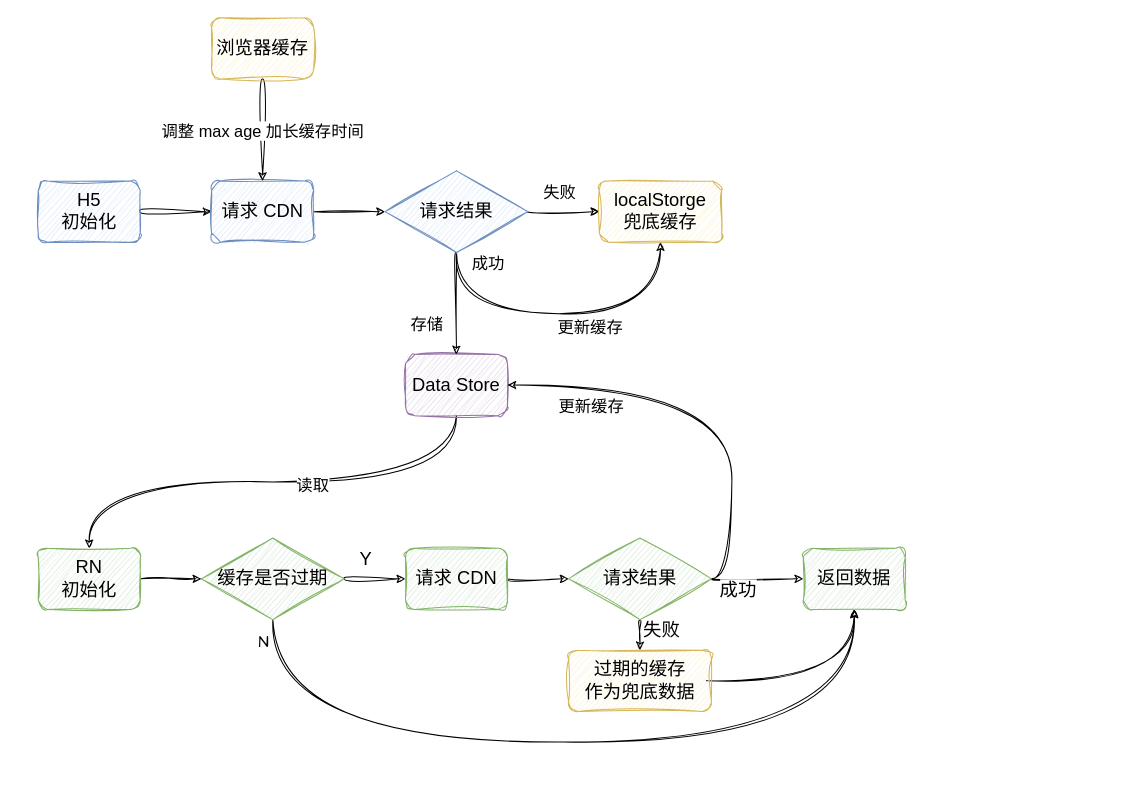
The draw.io diagram page "缓存优化" (10 of 10) of CDN优化.drawio in Darkindom/draw-the-diagrams, before the edit. Source tidied: cells renumbered, new cells numbered last; positions are measured from the earlier drawing's top-left corner, leaving out a move shared by most shapes. Both pictures are drawn from the tidied source at 102%, with x=0, y=0 at pixel (38, 17).
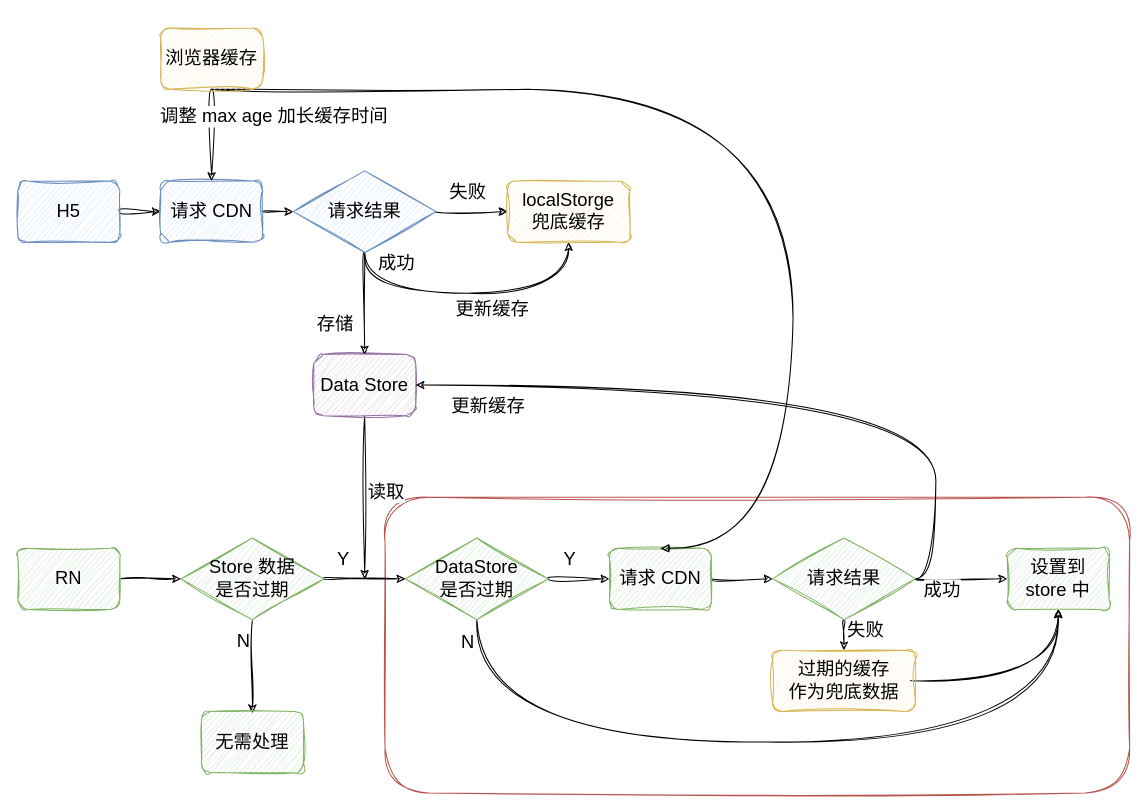
The same page after the edit.

What changed in the source:
```diff
@@
+    <mxCell id="40" style="rounded=1;whiteSpace=wrap;html=1;sketch=1;hachureGap=4;jiggle=2;curveFitting=1;fontFamily=手札体-简;fontSize=18;fillColor=none;strokeColor=#b85450;" parent="1" vertex="1">
+      <mxGeometry x="340" y="470" width="730" height="290" as="geometry" />
+    </mxCell>
-    <mxCell id="2" style="edgeStyle=orthogonalEdgeStyle;shape=connector;curved=1;rounded=0;sketch=1;hachureGap=4;jiggle=2;curveFitting=1;jettySize=auto;html=1;exitX=1;exitY=0.5;exitDx=0;exitDy=0;entryX=0;entryY=0.5;entryDx=0;entryDy=0;labelBackgroundColor=default;strokeColor=default;fontFamily=手札体-简;fontSize=16;fontColor=default;endArrow=classic;" parent="1" edge="1" source="3" target="30">
+    <mxCell id="2" style="edgeStyle=orthogonalEdgeStyle;shape=connector;curved=1;rounded=0;sketch=1;hachureGap=4;jiggle=2;curveFitting=1;jettySize=auto;html=1;exitX=1;exitY=0.5;exitDx=0;exitDy=0;entryX=0;entryY=0.5;entryDx=0;entryDy=0;labelBackgroundColor=default;strokeColor=default;fontFamily=手札体-简;fontSize=18;fontColor=default;endArrow=classic;" parent="1" edge="1" source="3" target="30">
       <mxGeometry relative="1" as="geometry" />
     </mxCell>
-    <mxCell id="3" value="H5&lt;br style=&quot;font-size: 18px;&quot;&gt;初始化" style="rounded=1;whiteSpace=wrap;html=1;sketch=1;hachureGap=4;jiggle=2;curveFitting=1;fontFamily=手札体-简;fontSize=18;fillColor=#dae8fc;strokeColor=#6c8ebf;" parent="1" vertex="1">
-      <mxGeometry y="160" width="100" height="60" as="geometry" />
+    <mxCell id="3" value="H5" style="rounded=1;whiteSpace=wrap;html=1;sketch=1;hachureGap=4;jiggle=2;curveFitting=1;fontFamily=手札体-简;fontSize=18;fillColor=#dae8fc;strokeColor=#6c8ebf;" parent="1" vertex="1">
+      <mxGeometry x="-20" y="160" width="100" height="60" as="geometry" />
     </mxCell>
@@
-    <mxCell id="6" style="edgeStyle=orthogonalEdgeStyle;shape=connector;curved=1;rounded=0;sketch=1;hachureGap=4;jiggle=2;curveFitting=1;jettySize=auto;html=1;exitX=0.5;exitY=1;exitDx=0;exitDy=0;entryX=0.5;entryY=1;entryDx=0;entryDy=0;labelBackgroundColor=default;strokeColor=default;fontFamily=Architects Daughter;fontSize=16;fontColor=default;endArrow=classic;" parent="1" edge="1" source="8" target="11">
+    <mxCell id="6" style="edgeStyle=orthogonalEdgeStyle;shape=connector;curved=1;rounded=0;sketch=1;hachureGap=4;jiggle=2;curveFitting=1;jettySize=auto;html=1;exitX=0.5;exitY=1;exitDx=0;exitDy=0;entryX=0.5;entryY=1;entryDx=0;entryDy=0;labelBackgroundColor=default;strokeColor=default;fontFamily=手札体-简;fontSize=18;fontColor=default;endArrow=classic;" parent="1" edge="1" source="8" target="11">
       <mxGeometry relative="1" as="geometry">
         <Array as="points">
-          <mxPoint x="230" y="710" />
-          <mxPoint x="800" y="710" />
+          <mxPoint x="430" y="710" />
+          <mxPoint x="1000" y="710" />
         </Array>
       </mxGeometry>
     </mxCell>
-    <mxCell id="7" value="N" style="edgeLabel;html=1;align=center;verticalAlign=middle;fontSize=16;fontFamily=Architects Daughter;fontColor=default;" parent="6" vertex="1">
+    <mxCell id="7" value="N" style="edgeLabel;html=1;align=center;verticalAlign=middle;fontSize=18;fontFamily=手札体-简;fontColor=default;" parent="6" vertex="1">
       <mxGeometry x="-0.93" y="8" relative="1" as="geometry">
         <mxPoint x="-18" y="-8" as="offset" />
       </mxGeometry>
     </mxCell>
-    <mxCell id="8" value="缓存是否过期" style="rhombus;whiteSpace=wrap;html=1;sketch=1;hachureGap=4;jiggle=2;curveFitting=1;fontFamily=手札体-简;fontSize=18;fillColor=#d5e8d4;strokeColor=#82b366;" parent="1" vertex="1">
-      <mxGeometry x="160" y="510" width="140" height="80" as="geometry" />
+    <mxCell id="8" value="DataStore&lt;br style=&quot;font-size: 18px;&quot;&gt;是否过期" style="rhombus;whiteSpace=wrap;html=1;sketch=1;hachureGap=4;jiggle=2;curveFitting=1;fontFamily=手札体-简;fontSize=18;fillColor=#d5e8d4;strokeColor=#82b366;" parent="1" vertex="1">
+      <mxGeometry x="360" y="510" width="140" height="80" as="geometry" />
     </mxCell>
@@
     <mxCell id="10" value="请求 CDN" style="rounded=1;whiteSpace=wrap;html=1;sketch=1;hachureGap=4;jiggle=2;curveFitting=1;fontFamily=手札体-简;fontSize=18;fillColor=#d5e8d4;strokeColor=#82b366;" parent="1" vertex="1">
-      <mxGeometry x="360" y="520" width="100" height="60" as="geometry" />
+      <mxGeometry x="560" y="520" width="100" height="60" as="geometry" />
     </mxCell>
-    <mxCell id="11" value="返回数据" style="rounded=1;whiteSpace=wrap;html=1;sketch=1;hachureGap=4;jiggle=2;curveFitting=1;fontFamily=手札体-简;fontSize=18;fillColor=#d5e8d4;strokeColor=#82b366;" parent="1" vertex="1">
-      <mxGeometry x="750" y="520" width="100" height="60" as="geometry" />
+    <mxCell id="11" value="设置到 store 中" style="rounded=1;whiteSpace=wrap;html=1;sketch=1;hachureGap=4;jiggle=2;curveFitting=1;fontFamily=手札体-简;fontSize=18;fillColor=#d5e8d4;strokeColor=#82b366;" parent="1" vertex="1">
+      <mxGeometry x="950" y="520" width="100" height="60" as="geometry" />
     </mxCell>
-    <mxCell id="12" style="edgeStyle=orthogonalEdgeStyle;shape=connector;curved=1;rounded=0;sketch=1;hachureGap=4;jiggle=2;curveFitting=1;jettySize=auto;html=1;exitX=0.5;exitY=1;exitDx=0;exitDy=0;entryX=0.5;entryY=0;entryDx=0;entryDy=0;labelBackgroundColor=default;strokeColor=default;fontFamily=手札体-简;fontSize=16;fontColor=default;endArrow=classic;" parent="1" edge="1" source="14" target="16">
-      <mxGeometry relative="1" as="geometry" />
+    <mxCell id="12" style="edgeStyle=orthogonalEdgeStyle;shape=connector;curved=1;rounded=0;sketch=1;hachureGap=4;jiggle=2;curveFitting=1;jettySize=auto;html=1;exitX=0.5;exitY=1;exitDx=0;exitDy=0;labelBackgroundColor=default;strokeColor=default;fontFamily=手札体-简;fontSize=18;fontColor=default;endArrow=classic;" parent="1" edge="1" source="14">
+      <mxGeometry relative="1" as="geometry">
+        <mxPoint x="320" y="550" as="targetPoint" />
+      </mxGeometry>
     </mxCell>
-    <mxCell id="13" value="读取" style="edgeLabel;html=1;align=center;verticalAlign=middle;fontSize=16;fontFamily=手札体-简;fontColor=default;" parent="12" vertex="1">
+    <mxCell id="13" value="读取" style="edgeLabel;html=1;align=center;verticalAlign=middle;fontSize=18;fontFamily=手札体-简;fontColor=default;" parent="12" vertex="1">
       <mxGeometry x="-0.08" y="2" relative="1" as="geometry">
         <mxPoint x="18" as="offset" />
       </mxGeometry>
     </mxCell>
     <mxCell id="14" value="Data Store" style="rounded=1;whiteSpace=wrap;html=1;sketch=1;hachureGap=4;jiggle=2;curveFitting=1;fontFamily=手札体-简;fontSize=18;fillColor=#e1d5e7;strokeColor=#9673a6;" parent="1" vertex="1">
-      <mxGeometry x="360" y="330" width="100" height="60" as="geometry" />
+      <mxGeometry x="270" y="330" width="100" height="60" as="geometry" />
     </mxCell>
     <mxCell id="15" style="edgeStyle=orthogonalEdgeStyle;shape=connector;curved=1;rounded=0;sketch=1;hachureGap=4;jiggle=2;curveFitting=1;jettySize=auto;html=1;exitX=1;exitY=0.5;exitDx=0;exitDy=0;entryX=0;entryY=0.5;entryDx=0;entryDy=0;labelBackgroundColor=default;strokeColor=default;fontFamily=手札体-简;fontSize=18;fontColor=default;endArrow=classic;" parent="1" edge="1" source="16">
       <mxGeometry relative="1" as="geometry">
-        <mxPoint x="160" y="550" as="targetPoint" />
+        <mxPoint x="140" y="550" as="targetPoint" />
       </mxGeometry>
     </mxCell>
-    <mxCell id="16" value="RN&lt;br style=&quot;font-size: 18px;&quot;&gt;初始化" style="rounded=1;whiteSpace=wrap;html=1;sketch=1;hachureGap=4;jiggle=2;curveFitting=1;fontFamily=手札体-简;fontSize=18;fillColor=#d5e8d4;strokeColor=#82b366;" parent="1" vertex="1">
-      <mxGeometry y="520" width="100" height="60" as="geometry" />
+    <mxCell id="16" value="RN" style="rounded=1;whiteSpace=wrap;html=1;sketch=1;hachureGap=4;jiggle=2;curveFitting=1;fontFamily=手札体-简;fontSize=18;fillColor=#d5e8d4;strokeColor=#82b366;" parent="1" vertex="1">
+      <mxGeometry x="-20" y="520" width="100" height="60" as="geometry" />
     </mxCell>
@@
     <mxCell id="19" style="edgeStyle=orthogonalEdgeStyle;shape=connector;curved=1;rounded=0;sketch=1;hachureGap=4;jiggle=2;curveFitting=1;jettySize=auto;html=1;exitX=0.5;exitY=1;exitDx=0;exitDy=0;entryX=0.5;entryY=0;entryDx=0;entryDy=0;labelBackgroundColor=default;strokeColor=default;fontFamily=手札体-简;fontSize=18;fontColor=default;endArrow=classic;" parent="1" edge="1" source="23">
       <mxGeometry relative="1" as="geometry">
-        <mxPoint x="590" y="620" as="targetPoint" />
+        <mxPoint x="790" y="620" as="targetPoint" />
       </mxGeometry>
     </mxCell>
@@
-    <mxCell id="21" style="edgeStyle=orthogonalEdgeStyle;shape=connector;curved=1;rounded=0;sketch=1;hachureGap=4;jiggle=2;curveFitting=1;jettySize=auto;html=1;exitX=1;exitY=0.5;exitDx=0;exitDy=0;entryX=1;entryY=0.5;entryDx=0;entryDy=0;labelBackgroundColor=default;strokeColor=default;fontFamily=手札体-简;fontSize=16;fontColor=default;endArrow=classic;" parent="1" edge="1" source="23" target="14">
+    <mxCell id="21" style="edgeStyle=orthogonalEdgeStyle;shape=connector;curved=1;rounded=0;sketch=1;hachureGap=4;jiggle=2;curveFitting=1;jettySize=auto;html=1;exitX=1;exitY=0.5;exitDx=0;exitDy=0;entryX=1;entryY=0.5;entryDx=0;entryDy=0;labelBackgroundColor=default;strokeColor=default;fontFamily=手札体-简;fontSize=18;fontColor=default;endArrow=classic;" parent="1" edge="1" source="23" target="14">
       <mxGeometry relative="1" as="geometry" />
     </mxCell>
-    <mxCell id="22" value="更新缓存" style="edgeLabel;html=1;align=center;verticalAlign=middle;fontSize=16;fontFamily=手札体-简;fontColor=default;" parent="21" vertex="1">
-      <mxGeometry x="0.54" y="2" relative="1" as="geometry">
-        <mxPoint x="-18" y="18" as="offset" />
+    <mxCell id="22" value="更新缓存" style="edgeLabel;html=1;align=center;verticalAlign=middle;fontSize=18;fontFamily=手札体-简;fontColor=default;" parent="21" vertex="1">
+      <mxGeometry x="0.83" y="2" relative="1" as="geometry">
+        <mxPoint x="9" y="18" as="offset" />
       </mxGeometry>
     </mxCell>
     <mxCell id="23" value="请求结果" style="rhombus;whiteSpace=wrap;html=1;sketch=1;hachureGap=4;jiggle=2;curveFitting=1;fontFamily=手札体-简;fontSize=18;fillColor=#d5e8d4;strokeColor=#82b366;" parent="1" vertex="1">
-      <mxGeometry x="520" y="510" width="140" height="80" as="geometry" />
+      <mxGeometry x="720" y="510" width="140" height="80" as="geometry" />
     </mxCell>
     <mxCell id="24" style="edgeStyle=orthogonalEdgeStyle;shape=connector;curved=1;rounded=0;sketch=1;hachureGap=4;jiggle=2;curveFitting=1;jettySize=auto;html=1;exitX=1;exitY=0.5;exitDx=0;exitDy=0;entryX=0.5;entryY=1;entryDx=0;entryDy=0;labelBackgroundColor=default;strokeColor=default;fontFamily=手札体-简;fontSize=18;fontColor=default;endArrow=classic;" parent="1" edge="1" target="11">
       <mxGeometry relative="1" as="geometry">
-        <mxPoint x="655" y="650" as="sourcePoint" />
+        <mxPoint x="855" y="650" as="sourcePoint" />
       </mxGeometry>
     </mxCell>
-    <mxCell id="25" value="过期的缓存&lt;br&gt;作为兜底数据" style="rounded=1;whiteSpace=wrap;html=1;sketch=1;hachureGap=4;jiggle=2;curveFitting=1;fontFamily=手札体-简;fontSize=18;fillColor=#fff2cc;strokeColor=#d6b656;" parent="1" vertex="1">
-      <mxGeometry x="520" y="620" width="140" height="60" as="geometry" />
+    <mxCell id="25" value="过期的缓存&lt;br style=&quot;font-size: 18px;&quot;&gt;作为兜底数据" style="rounded=1;whiteSpace=wrap;html=1;sketch=1;hachureGap=4;jiggle=2;curveFitting=1;fontFamily=手札体-简;fontSize=18;fillColor=#fff2cc;strokeColor=#d6b656;" parent="1" vertex="1">
+      <mxGeometry x="720" y="620" width="140" height="60" as="geometry" />
     </mxCell>
-    <mxCell id="26" style="edgeStyle=orthogonalEdgeStyle;shape=connector;curved=1;rounded=0;sketch=1;hachureGap=4;jiggle=2;curveFitting=1;jettySize=auto;html=1;exitX=0.5;exitY=1;exitDx=0;exitDy=0;entryX=0.5;entryY=0;entryDx=0;entryDy=0;labelBackgroundColor=default;strokeColor=default;fontFamily=手札体-简;fontSize=16;fontColor=default;endArrow=classic;" parent="1" edge="1" source="37" target="14">
+    <mxCell id="26" style="edgeStyle=orthogonalEdgeStyle;shape=connector;curved=1;rounded=0;sketch=1;hachureGap=4;jiggle=2;curveFitting=1;jettySize=auto;html=1;exitX=0.5;exitY=1;exitDx=0;exitDy=0;entryX=0.5;entryY=0;entryDx=0;entryDy=0;labelBackgroundColor=default;strokeColor=default;fontFamily=手札体-简;fontSize=18;fontColor=default;endArrow=classic;" parent="1" edge="1" source="37" target="14">
       <mxGeometry relative="1" as="geometry" />
     </mxCell>
-    <mxCell id="27" value="存储" style="edgeLabel;html=1;align=center;verticalAlign=middle;fontSize=16;fontFamily=手札体-简;fontColor=default;" parent="26" vertex="1">
+    <mxCell id="27" value="存储" style="edgeLabel;html=1;align=center;verticalAlign=middle;fontSize=18;fontFamily=手札体-简;fontColor=default;" parent="26" vertex="1">
       <mxGeometry x="-0.12" relative="1" as="geometry">
         <mxPoint x="-30" y="26" as="offset" />
       </mxGeometry>
     </mxCell>
-    <mxCell id="28" value="成功" style="edgeLabel;html=1;align=center;verticalAlign=middle;fontSize=16;fontFamily=手札体-简;fontColor=default;" parent="26" vertex="1">
+    <mxCell id="28" value="成功" style="edgeLabel;html=1;align=center;verticalAlign=middle;fontSize=18;fontFamily=手札体-简;fontColor=default;" parent="26" vertex="1">
       <mxGeometry x="-0.68" y="-17" relative="1" as="geometry">
         <mxPoint x="47" y="-6" as="offset" />
       </mxGeometry>
     </mxCell>
-    <mxCell id="29" style="edgeStyle=orthogonalEdgeStyle;shape=connector;curved=1;rounded=0;sketch=1;hachureGap=4;jiggle=2;curveFitting=1;jettySize=auto;html=1;exitX=1;exitY=0.5;exitDx=0;exitDy=0;labelBackgroundColor=default;strokeColor=default;fontFamily=手札体-简;fontSize=16;fontColor=default;endArrow=classic;" parent="1" edge="1" source="30">
+    <mxCell id="29" style="edgeStyle=orthogonalEdgeStyle;shape=connector;curved=1;rounded=0;sketch=1;hachureGap=4;jiggle=2;curveFitting=1;jettySize=auto;html=1;exitX=1;exitY=0.5;exitDx=0;exitDy=0;labelBackgroundColor=default;strokeColor=default;fontFamily=手札体-简;fontSize=18;fontColor=default;endArrow=classic;" parent="1" edge="1" source="30">
       <mxGeometry relative="1" as="geometry">
-        <mxPoint x="340" y="190" as="targetPoint" />
+        <mxPoint x="250" y="190" as="targetPoint" />
       </mxGeometry>
     </mxCell>
     <mxCell id="30" value="请求 CDN" style="rounded=1;whiteSpace=wrap;html=1;sketch=1;hachureGap=4;jiggle=2;curveFitting=1;fontFamily=手札体-简;fontSize=18;fillColor=#dae8fc;strokeColor=#6c8ebf;" parent="1" vertex="1">
-      <mxGeometry x="170" y="160" width="100" height="60" as="geometry" />
+      <mxGeometry x="120" y="160" width="100" height="60" as="geometry" />
     </mxCell>
-    <mxCell id="31" style="edgeStyle=orthogonalEdgeStyle;shape=connector;curved=1;rounded=0;sketch=1;hachureGap=4;jiggle=2;curveFitting=1;jettySize=auto;html=1;exitX=0.5;exitY=1;exitDx=0;exitDy=0;labelBackgroundColor=default;strokeColor=default;fontFamily=手札体-简;fontSize=16;fontColor=default;endArrow=classic;" parent="1" edge="1" source="33" target="30">
+    <mxCell id="31" style="edgeStyle=orthogonalEdgeStyle;shape=connector;curved=1;rounded=0;sketch=1;hachureGap=4;jiggle=2;curveFitting=1;jettySize=auto;html=1;exitX=0.5;exitY=1;exitDx=0;exitDy=0;labelBackgroundColor=default;strokeColor=default;fontFamily=手札体-简;fontSize=18;fontColor=default;endArrow=classic;" parent="1" edge="1" source="33" target="30">
       <mxGeometry relative="1" as="geometry" />
     </mxCell>
-    <mxCell id="32" value="调整 max age 加长缓存时间" style="edgeLabel;html=1;align=center;verticalAlign=middle;fontSize=16;fontFamily=手札体-简;fontColor=default;" parent="31" vertex="1">
-      <mxGeometry x="-0.01" y="-1" relative="1" as="geometry" />
+    <mxCell id="32" value="调整 max age 加长缓存时间" style="edgeLabel;html=1;align=center;verticalAlign=middle;fontSize=18;fontFamily=手札体-简;fontColor=default;" parent="31" vertex="1">
+      <mxGeometry x="-0.01" y="-1" relative="1" as="geometry">
+        <mxPoint x="61" y="-19" as="offset" />
+      </mxGeometry>
     </mxCell>
+    <mxCell id="41" style="edgeStyle=orthogonalEdgeStyle;shape=connector;curved=1;rounded=0;sketch=1;hachureGap=4;jiggle=2;curveFitting=1;jettySize=auto;html=1;exitX=0.5;exitY=1;exitDx=0;exitDy=0;entryX=0.5;entryY=0;entryDx=0;entryDy=0;labelBackgroundColor=default;strokeColor=default;fontFamily=手札体-简;fontSize=18;fontColor=default;endArrow=block;endFill=1;" parent="1" edge="1" source="33" target="10">
+      <mxGeometry relative="1" as="geometry">
+        <Array as="points">
+          <mxPoint x="220" y="70" />
+          <mxPoint x="740" y="70" />
+          <mxPoint x="740" y="520" />
+        </Array>
+      </mxGeometry>
+    </mxCell>
     <mxCell id="33" value="浏览器缓存" style="rounded=1;whiteSpace=wrap;html=1;sketch=1;hachureGap=4;jiggle=2;curveFitting=1;fontFamily=手札体-简;fontSize=18;fillColor=#fff2cc;strokeColor=#d6b656;" parent="1" vertex="1">
-      <mxGeometry x="170" width="100" height="60" as="geometry" />
+      <mxGeometry x="120" y="10" width="100" height="60" as="geometry" />
     </mxCell>
-    <mxCell id="34" style="edgeStyle=orthogonalEdgeStyle;shape=connector;curved=1;rounded=0;sketch=1;hachureGap=4;jiggle=2;curveFitting=1;jettySize=auto;html=1;exitX=1;exitY=0.5;exitDx=0;exitDy=0;labelBackgroundColor=default;strokeColor=default;fontFamily=手札体-简;fontSize=16;fontColor=default;endArrow=classic;" parent="1" edge="1" source="37" target="38">
+    <mxCell id="34" style="edgeStyle=orthogonalEdgeStyle;shape=connector;curved=1;rounded=0;sketch=1;hachureGap=4;jiggle=2;curveFitting=1;jettySize=auto;html=1;exitX=1;exitY=0.5;exitDx=0;exitDy=0;labelBackgroundColor=default;strokeColor=default;fontFamily=手札体-简;fontSize=18;fontColor=default;endArrow=classic;" parent="1" edge="1" source="37" target="38">
       <mxGeometry relative="1" as="geometry" />
     </mxCell>
-    <mxCell id="35" value="失败" style="edgeLabel;html=1;align=center;verticalAlign=middle;fontSize=16;fontFamily=手札体-简;fontColor=default;" parent="34" vertex="1">
+    <mxCell id="35" value="失败" style="edgeLabel;html=1;align=center;verticalAlign=middle;fontSize=18;fontFamily=手札体-简;fontColor=default;" parent="34" vertex="1">
       <mxGeometry x="-0.56" relative="1" as="geometry">
         <mxPoint x="15" y="-20" as="offset" />
       </mxGeometry>
     </mxCell>
-    <mxCell id="36" style="edgeStyle=orthogonalEdgeStyle;shape=connector;curved=1;rounded=0;sketch=1;hachureGap=4;jiggle=2;curveFitting=1;jettySize=auto;html=1;exitX=0.5;exitY=1;exitDx=0;exitDy=0;entryX=0.5;entryY=1;entryDx=0;entryDy=0;labelBackgroundColor=default;strokeColor=default;fontFamily=Architects Daughter;fontSize=16;fontColor=default;endArrow=classic;" parent="1" edge="1" source="37" target="38">
+    <mxCell id="36" style="edgeStyle=orthogonalEdgeStyle;shape=connector;curved=1;rounded=0;sketch=1;hachureGap=4;jiggle=2;curveFitting=1;jettySize=auto;html=1;exitX=0.5;exitY=1;exitDx=0;exitDy=0;entryX=0.5;entryY=1;entryDx=0;entryDy=0;labelBackgroundColor=default;strokeColor=default;fontFamily=手札体-简;fontSize=18;fontColor=default;endArrow=classic;" parent="1" edge="1" source="37" target="38">
       <mxGeometry relative="1" as="geometry">
         <Array as="points">
-          <mxPoint x="410" y="290" />
-          <mxPoint x="610" y="290" />
+          <mxPoint x="320" y="270" />
+          <mxPoint x="520" y="270" />
         </Array>
       </mxGeometry>
     </mxCell>
     <mxCell id="37" value="请求结果" style="rhombus;whiteSpace=wrap;html=1;sketch=1;hachureGap=4;jiggle=2;curveFitting=1;fontFamily=手札体-简;fontSize=18;fillColor=#dae8fc;strokeColor=#6c8ebf;" parent="1" vertex="1">
-      <mxGeometry x="340" y="150" width="140" height="80" as="geometry" />
+      <mxGeometry x="250" y="150" width="140" height="80" as="geometry" />
     </mxCell>
-    <mxCell id="38" value="localStorge&lt;br&gt;兜底缓存" style="rounded=1;whiteSpace=wrap;html=1;sketch=1;hachureGap=4;jiggle=2;curveFitting=1;fontFamily=手札体-简;fontSize=18;fillColor=#fff2cc;strokeColor=#d6b656;" parent="1" vertex="1">
-      <mxGeometry x="550" y="160" width="120" height="60" as="geometry" />
+    <mxCell id="38" value="localStorge&lt;br style=&quot;font-size: 18px;&quot;&gt;兜底缓存" style="rounded=1;whiteSpace=wrap;html=1;sketch=1;hachureGap=4;jiggle=2;curveFitting=1;fontFamily=手札体-简;fontSize=18;fillColor=#fff2cc;strokeColor=#d6b656;" parent="1" vertex="1">
+      <mxGeometry x="460" y="160" width="120" height="60" as="geometry" />
     </mxCell>
-    <mxCell id="39" value="更新缓存" style="edgeLabel;html=1;align=center;verticalAlign=middle;fontSize=16;fontFamily=手札体-简;fontColor=default;" parent="1" vertex="1">
-      <mxGeometry x="516" y="407" as="geometry">
+    <mxCell id="39" value="更新缓存" style="edgeLabel;html=1;align=center;verticalAlign=middle;fontSize=18;fontFamily=手札体-简;fontColor=default;" parent="1" vertex="1">
+      <mxGeometry x="420" y="390" as="geometry">
         <mxPoint x="24" y="-105" as="offset" />
       </mxGeometry>
     </mxCell>
+    <mxCell id="42" style="edgeStyle=orthogonalEdgeStyle;shape=connector;curved=1;rounded=0;sketch=1;hachureGap=4;jiggle=2;curveFitting=1;jettySize=auto;html=1;exitX=1;exitY=0.5;exitDx=0;exitDy=0;entryX=0;entryY=0.5;entryDx=0;entryDy=0;labelBackgroundColor=default;strokeColor=default;fontFamily=手札体-简;fontSize=18;fontColor=default;endArrow=classic;" parent="1" edge="1" source="46" target="8">
+      <mxGeometry relative="1" as="geometry" />
+    </mxCell>
+    <mxCell id="43" value="Y" style="edgeLabel;html=1;align=center;verticalAlign=middle;fontSize=18;fontFamily=手札体-简;fontColor=default;" parent="42" vertex="1">
+      <mxGeometry x="-0.55" y="5" relative="1" as="geometry">
+        <mxPoint y="-15" as="offset" />
+      </mxGeometry>
+    </mxCell>
+    <mxCell id="44" style="edgeStyle=orthogonalEdgeStyle;shape=connector;curved=1;rounded=0;sketch=1;hachureGap=4;jiggle=2;curveFitting=1;jettySize=auto;html=1;exitX=0.5;exitY=1;exitDx=0;exitDy=0;labelBackgroundColor=default;strokeColor=default;fontFamily=手札体-简;fontSize=18;fontColor=default;endArrow=classic;" parent="1" edge="1" source="46">
+      <mxGeometry relative="1" as="geometry">
+        <mxPoint x="210" y="681.7" as="targetPoint" />
+      </mxGeometry>
+    </mxCell>
+    <mxCell id="45" value="N" style="edgeLabel;html=1;align=center;verticalAlign=middle;fontSize=18;fontFamily=手札体-简;fontColor=default;" parent="44" vertex="1">
+      <mxGeometry x="-0.31" y="3" relative="1" as="geometry">
+        <mxPoint x="-13" y="-12" as="offset" />
+      </mxGeometry>
+    </mxCell>
+    <mxCell id="46" value="Store 数据&lt;br style=&quot;font-size: 18px;&quot;&gt;是否过期" style="rhombus;whiteSpace=wrap;html=1;sketch=1;hachureGap=4;jiggle=2;curveFitting=1;fontFamily=手札体-简;fontSize=18;fillColor=#d5e8d4;strokeColor=#82b366;" parent="1" vertex="1">
+      <mxGeometry x="140" y="510" width="140" height="80" as="geometry" />
+    </mxCell>
+    <mxCell id="47" value="无需处理" style="rounded=1;whiteSpace=wrap;html=1;sketch=1;hachureGap=4;jiggle=2;curveFitting=1;fontFamily=手札体-简;fontSize=18;fillColor=#d5e8d4;strokeColor=#82b366;" parent="1" vertex="1">
+      <mxGeometry x="160" y="680" width="100" height="60" as="geometry" />
+    </mxCell>
```
